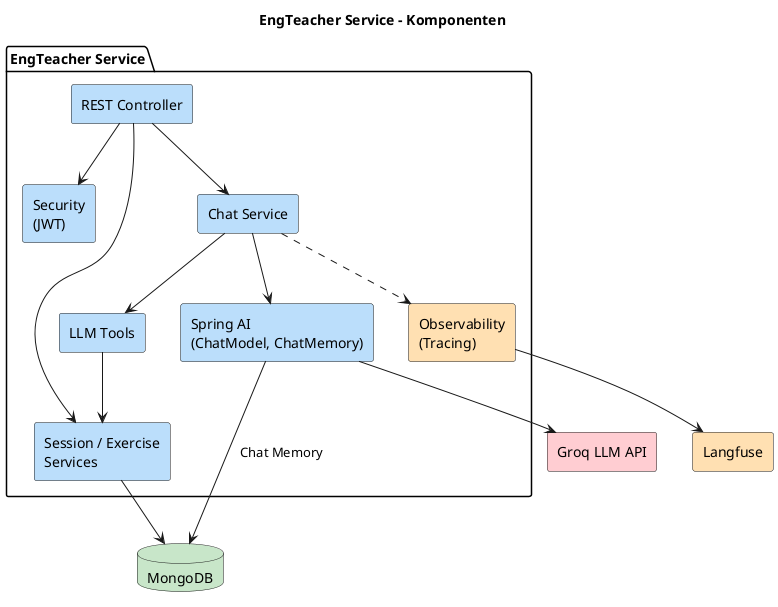
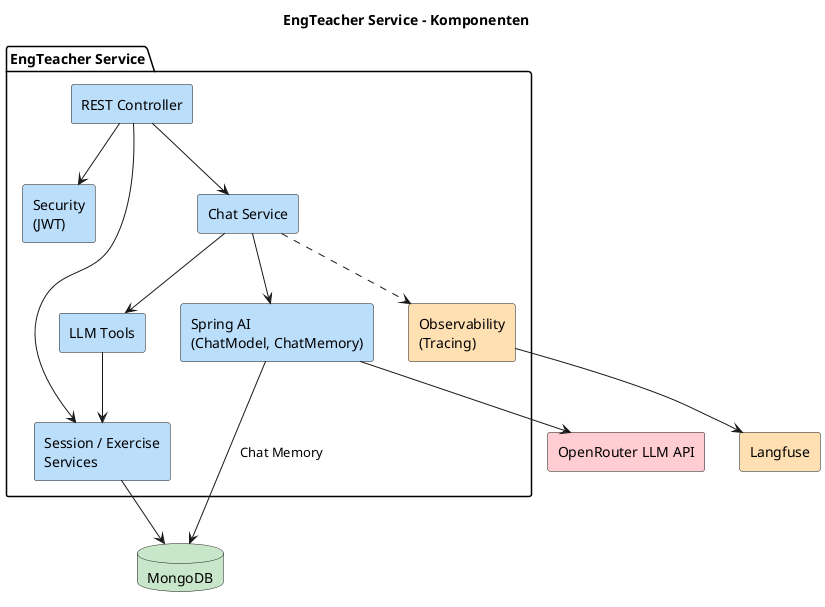
@startuml service-components
title EngTeacher Service – Komponenten

skinparam shadowing false
skinparam defaultFontName Helvetica
skinparam componentStyle rectangle

!$app = "#BBDEFB"
!$db  = "#C8E6C9"
!$llm = "#FFCDD2"
!$obs = "#FFE0B2"

package "EngTeacher Service" {
  [REST Controller]                  as ctrl       $app
  [Security\n(JWT)]                  as sec        $app
  [Chat Service]                     as chat       $app
  [Session / Exercise\nServices]     as sessionEx  $app
  [LLM Tools]                        as tools      $app
  [Spring AI\n(ChatModel, ChatMemory)] as ai       $app
  [Observability\n(Tracing)]         as obsComp    $obs
}

database  "MongoDB"      as mongo    $db
- rectangle "Groq LLM API" as llm      $llm
+ rectangle "OpenRouter LLM API" as llm      $llm
rectangle "Langfuse"     as langfuse $obs

ctrl --> sec
ctrl --> chat
ctrl --> sessionEx
chat --> ai
chat --> tools
tools --> sessionEx
sessionEx --> mongo
ai --> mongo : Chat Memory
ai --> llm
obsComp --> langfuse
chat ..> obsComp

@enduml
